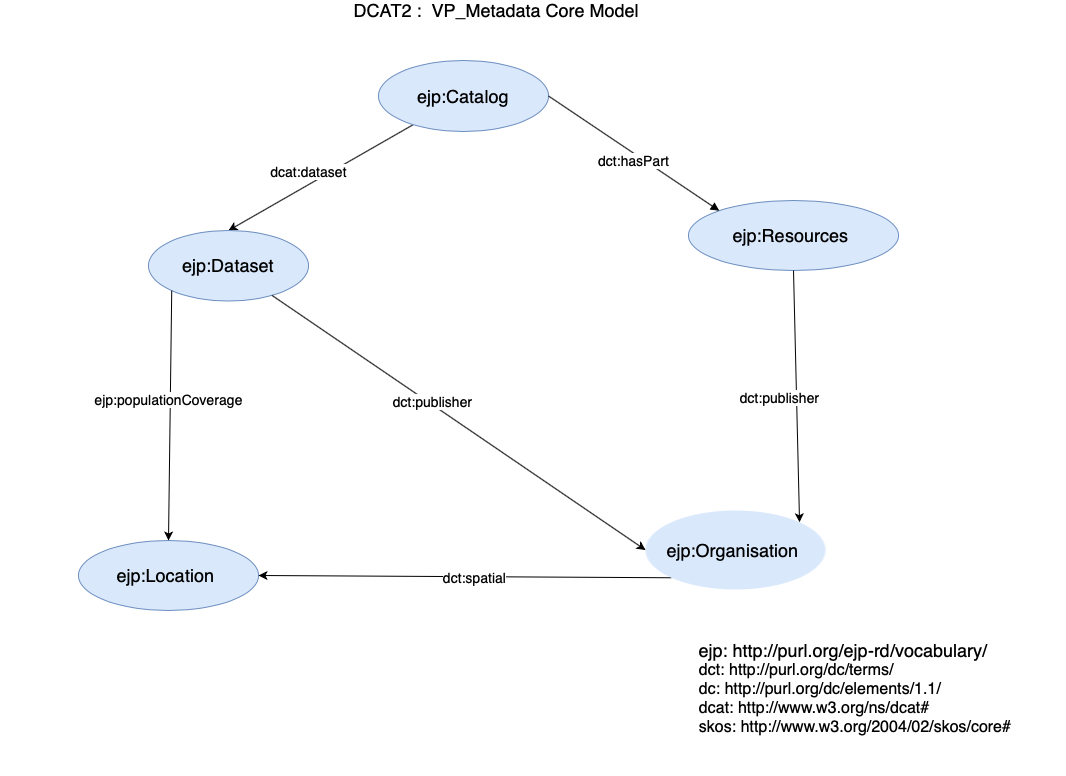
This is ejprd-vp_catalog_model/versions/ejprdVPMetadataSchema-1.0.0/diagrams/VP_Model.png from ejp-rd-vp/resource-metadata-schema, a draw.io export, as it was before one commit. Source tidied: cells renumbered, new cells last; positions are measured from the earlier drawing's top-left corner, leaving out a move shared by most shapes.
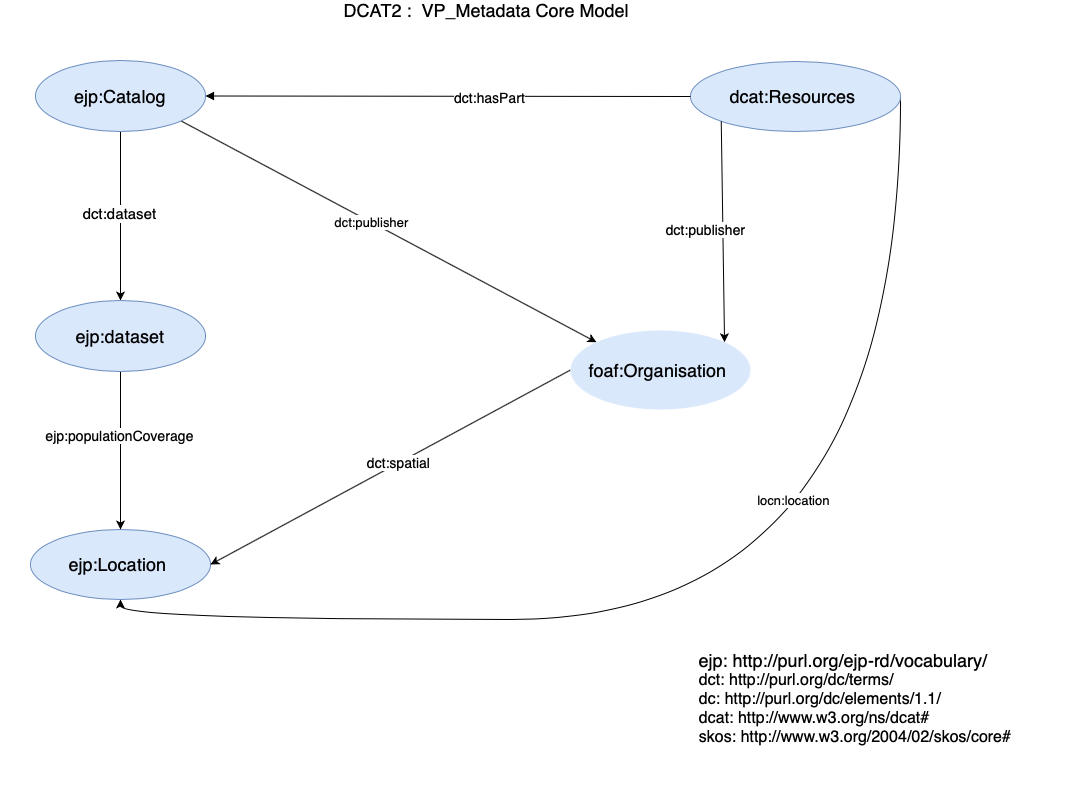
The same file after the commit.

Change to the diagram source:
```diff
@@ -3,21 +3,41 @@
     <mxCell id="0" />
     <mxCell id="1" parent="0" />
     <mxCell id="2" value="&lt;font style=&quot;font-size: 18px&quot;&gt;DCAT2 : &amp;nbsp;VP_Metadata Core Model &lt;/font&gt;&amp;nbsp;" style="text;html=1;align=center;verticalAlign=middle;" parent="1" vertex="1">
-      <mxGeometry x="345" width="310" height="20" as="geometry" />
+      <mxGeometry x="345" y="-20" width="310" height="20" as="geometry" />
     </mxCell>
     <mxCell id="3" style="group;" parent="1" vertex="1">
-      <mxGeometry y="50" width="1065" height="725" as="geometry" />
+      <mxGeometry x="10" y="40" width="1065" height="725" as="geometry" />
     </mxCell>
+    <mxCell id="24" style="edgeStyle=orthogonalEdgeStyle;rounded=0;jettySize=auto;html=1;entryX=0.5;entryY=1;entryDx=0;entryDy=0;fontSize=13;curved=1;exitX=1;exitY=0.5;exitDx=0;exitDy=0;" parent="3" edge="1" source="4" target="12">
+      <mxGeometry relative="1" as="geometry">
+        <Array as="points">
+          <mxPoint x="900" y="559" />
+          <mxPoint x="120" y="559" />
+        </Array>
+      </mxGeometry>
+    </mxCell>
+    <mxCell id="25" value="locn:location" style="edgeLabel;html=1;align=center;verticalAlign=middle;fontSize=13;" parent="24" vertex="1">
+      <mxGeometry x="-0.39" y="-108" relative="1" as="geometry" />
+    </mxCell>
-    <mxCell id="4" value="&lt;span style=&quot;font-size: 18px&quot;&gt;ejp:Resources&amp;nbsp;&lt;/span&gt;" style="ellipse;whiteSpace=wrap;html=1;fillColor=#dae8fc;strokeColor=#6c8ebf;rounded=1;" parent="3" vertex="1">
-      <mxGeometry x="688" y="150" width="210" height="70" as="geometry" />
+    <mxCell id="4" value="&lt;span style=&quot;font-size: 18px&quot;&gt;dcat:Resources&amp;nbsp;&lt;/span&gt;" style="ellipse;whiteSpace=wrap;html=1;fillColor=#dae8fc;strokeColor=#6c8ebf;rounded=1;" parent="3" vertex="1">
+      <mxGeometry x="690" y="1" width="210" height="70" as="geometry" />
     </mxCell>
-    <mxCell id="5" style="rounded=0;jettySize=auto;html=1;entryX=0.5;entryY=0;entryDx=0;entryDy=0;" parent="3" edge="1" source="6" target="11">
-      <mxGeometry relative="1" as="geometry" />
-    </mxCell>
+    <mxCell id="26" style="edgeStyle=orthogonalEdgeStyle;rounded=0;jettySize=auto;html=1;exitX=0.5;exitY=1;exitDx=0;exitDy=0;entryX=0.5;entryY=0;entryDx=0;entryDy=0;fontSize=15;" parent="3" edge="1" source="6" target="29">
+      <mxGeometry relative="1" as="geometry" />
+    </mxCell>
+    <mxCell id="27" value="dct:dataset" style="edgeLabel;html=1;align=center;verticalAlign=middle;fontSize=15;" parent="26" vertex="1">
+      <mxGeometry x="-0.04" y="-2" relative="1" as="geometry" />
+    </mxCell>
+    <mxCell id="28" style="rounded=0;jettySize=auto;html=1;exitX=1;exitY=1;exitDx=0;exitDy=0;entryX=0;entryY=0;entryDx=0;entryDy=0;" parent="3" edge="1" source="6" target="17">
+      <mxGeometry relative="1" as="geometry" />
+    </mxCell>
+    <mxCell id="22" value="dct:publisher" style="edgeLabel;html=1;align=center;verticalAlign=middle;fontSize=13;" parent="28" vertex="1">
+      <mxGeometry x="-0.09" relative="1" as="geometry" />
+    </mxCell>
     <mxCell id="6" value="&lt;span style=&quot;font-size: 18px&quot;&gt;ejp:Catalog&lt;/span&gt;" style="ellipse;whiteSpace=wrap;html=1;fillColor=#dae8fc;strokeColor=#6c8ebf;rounded=1;" parent="3" vertex="1">
-      <mxGeometry x="378" y="10" width="170" height="71" as="geometry" />
+      <mxGeometry x="35" width="170" height="71" as="geometry" />
     </mxCell>
-    <mxCell id="7" style="rounded=1;jettySize=auto;html=1;entryX=1;entryY=0.5;entryDx=0;entryDy=0;exitX=0;exitY=0;exitDx=0;exitDy=0;startArrow=block;startFill=1;endArrow=none;endFill=0;" parent="3" edge="1" source="4" target="6">
+    <mxCell id="7" style="rounded=1;jettySize=auto;html=1;entryX=1;entryY=0.5;entryDx=0;entryDy=0;exitX=0;exitY=0.5;exitDx=0;exitDy=0;startArrow=none;startFill=0;endArrow=block;endFill=1;" parent="3" edge="1" source="4" target="6">
       <mxGeometry relative="1" as="geometry" />
     </mxCell>
     <mxCell id="8" value="&lt;font style=&quot;font-size: 14px&quot;&gt;dct:hasPart&lt;/font&gt;" style="edgeLabel;html=1;align=center;verticalAlign=middle;" parent="7" vertex="1">
@@ -25,21 +45,10 @@
         <mxPoint x="-0.2" y="-27" as="offset" />
       </mxGeometry>
     </mxCell>
-    <mxCell id="9" style="edgeStyle=none;rounded=1;jettySize=auto;html=1;entryX=0.5;entryY=1;entryDx=0;entryDy=0;strokeColor=none;" parent="3" edge="1" source="11" target="6">
-      <mxGeometry relative="1" as="geometry" />
-    </mxCell>
-    <mxCell id="10" value="&lt;font style=&quot;font-size: 14px&quot;&gt;dcat:dataset&lt;/font&gt;" style="edgeLabel;html=1;align=center;verticalAlign=middle;" parent="9" vertex="1">
-      <mxGeometry x="0.32" y="1" relative="1" as="geometry">
-        <mxPoint x="-90.8" y="3.5" as="offset" />
-      </mxGeometry>
-    </mxCell>
-    <mxCell id="11" value="&lt;font style=&quot;font-size: 18px&quot;&gt;ejp:Dataset&lt;/font&gt;" style="ellipse;whiteSpace=wrap;html=1;fillColor=#dae8fc;strokeColor=#6c8ebf;rounded=1;" parent="3" vertex="1">
-      <mxGeometry x="148" y="180" width="160" height="70.5" as="geometry" />
-    </mxCell>
     <mxCell id="12" value="&lt;font style=&quot;font-size: 18px&quot;&gt;ejp:Location&amp;nbsp;&lt;/font&gt;" style="ellipse;whiteSpace=wrap;html=1;fillColor=#dae8fc;strokeColor=#6c8ebf;rounded=1;" parent="3" vertex="1">
-      <mxGeometry x="78" y="490" width="180" height="70" as="geometry" />
+      <mxGeometry x="30" y="469" width="180" height="70" as="geometry" />
     </mxCell>
-    <mxCell id="13" style="edgeStyle=none;rounded=1;jettySize=auto;html=1;entryX=0.5;entryY=0;entryDx=0;entryDy=0;exitX=0;exitY=1;exitDx=0;exitDy=0;" parent="3" edge="1" source="11" target="12">
+    <mxCell id="13" style="edgeStyle=none;rounded=1;jettySize=auto;html=1;entryX=0.5;entryY=0;entryDx=0;entryDy=0;exitX=0.5;exitY=1;exitDx=0;exitDy=0;" parent="3" edge="1" source="29" target="12">
       <mxGeometry relative="1" as="geometry" />
     </mxCell>
     <mxCell id="14" value="&lt;font style=&quot;font-size: 14px&quot;&gt;ejp:populationCoverage&lt;/font&gt;" style="edgeLabel;html=1;align=center;verticalAlign=middle;" parent="13" vertex="1">
@@ -47,7 +56,7 @@
         <mxPoint x="1" y="-12.5" as="offset" />
       </mxGeometry>
     </mxCell>
-    <mxCell id="15" style="rounded=0;jettySize=auto;html=1;exitX=0;exitY=1;exitDx=0;exitDy=0;entryX=1;entryY=0.5;entryDx=0;entryDy=0;" parent="3" edge="1" source="17" target="12">
+    <mxCell id="15" style="rounded=0;jettySize=auto;html=1;exitX=0;exitY=0.5;exitDx=0;exitDy=0;entryX=1;entryY=0.5;entryDx=0;entryDy=0;" parent="3" edge="1" source="17" target="12">
       <mxGeometry relative="1" as="geometry" />
     </mxCell>
     <mxCell id="16" value="&lt;font style=&quot;font-size: 14px&quot;&gt;dct:spatial&lt;/font&gt;" style="edgeLabel;html=1;align=center;verticalAlign=middle;rounded=1;" parent="15" vertex="1">
@@ -55,16 +64,10 @@
         <mxPoint x="-2.9" y="0.6" as="offset" />
       </mxGeometry>
     </mxCell>
-    <mxCell id="17" value="&lt;font style=&quot;font-size: 18px&quot;&gt;ejp:Organisation&amp;nbsp;&lt;/font&gt;" style="ellipse;whiteSpace=wrap;html=1;fillColor=#dae8fc;strokeColor=none;rounded=1;" parent="3" vertex="1">
-      <mxGeometry x="645" y="460" width="180" height="79" as="geometry" />
+    <mxCell id="17" value="&lt;font style=&quot;font-size: 18px&quot;&gt;foaf:Organisation&amp;nbsp;&lt;/font&gt;" style="ellipse;whiteSpace=wrap;html=1;fillColor=#dae8fc;strokeColor=none;rounded=1;" parent="3" vertex="1">
+      <mxGeometry x="570" y="270" width="180" height="79" as="geometry" />
     </mxCell>
-    <mxCell id="18" style="rounded=0;jettySize=auto;html=1;entryX=0;entryY=0.5;entryDx=0;entryDy=0;" parent="3" edge="1" source="11" target="17">
-      <mxGeometry relative="1" as="geometry" />
-    </mxCell>
-    <mxCell id="19" value="&lt;span style=&quot;color: rgba(0 , 0 , 0 , 0) ; font-family: monospace ; font-size: 0px ; background-color: rgb(248 , 249 , 250)&quot;&gt;%3CmxGraphModel%3E%3Croot%3E%3CmxCell%20id%3D%220%22%2F%3E%3CmxCell%20id%3D%221%22%20parent%3D%220%22%2F%3E%3CmxCell%20id%3D%222%22%20value%3D%22%26lt%3Bfont%20style%3D%26quot%3Bfont-size%3A%2014px%26quot%3B%26gt%3Bdct%3Apublisher%26lt%3B%2Ffont%26gt%3B%22%20style%3D%22edgeLabel%3Bhtml%3D1%3Balign%3Dcenter%3BverticalAlign%3Dmiddle%3Bresizable%3D0%3Bpoints%3D%5B%5D%3Brotation%3D0%3B%22%20vertex%3D%221%22%20connectable%3D%220%22%20parent%3D%221%22%3E%3CmxGeometry%20x%3D%22808.9799985776067%22%20y%3D%221372%22%20as%3D%22geometry%22%2F%3E%3C%2FmxCell%3E%3C%2Froot%3E%3C%2FmxGraphModel%3E&lt;/span&gt;" style="edgeLabel;html=1;align=center;verticalAlign=middle;" parent="18" vertex="1">
-      <mxGeometry x="-0.14" y="32" relative="1" as="geometry" />
-    </mxCell>
-    <mxCell id="20" style="rounded=0;jettySize=auto;html=1;entryX=1;entryY=0;entryDx=0;entryDy=0;exitX=0.5;exitY=1;exitDx=0;exitDy=0;" parent="3" edge="1" source="4" target="17">
+    <mxCell id="20" style="rounded=0;jettySize=auto;html=1;entryX=1;entryY=0;entryDx=0;entryDy=0;exitX=0;exitY=1;exitDx=0;exitDy=0;" parent="3" edge="1" source="4" target="17">
       <mxGeometry relative="1" as="geometry" />
     </mxCell>
     <mxCell id="21" value="&lt;font style=&quot;font-size: 14px&quot;&gt;dct:publisher&lt;/font&gt;" style="edgeLabel;html=1;align=center;verticalAlign=middle;" parent="20" vertex="1">
@@ -72,13 +75,11 @@
         <mxPoint y="-21" as="offset" />
       </mxGeometry>
     </mxCell>
-    <mxCell id="22" value="&lt;font style=&quot;font-size: 14px&quot;&gt;dct:publisher&lt;/font&gt;" style="edgeLabel;html=1;align=center;verticalAlign=middle;rotation=0;" parent="3" vertex="1">
-      <mxGeometry x="763" y="471" as="geometry">
-        <mxPoint x="-331" y="-121" as="offset" />
-      </mxGeometry>
-    </mxCell>
     <mxCell id="23" value="&lt;div style=&quot;text-align: left&quot;&gt;&lt;font style=&quot;font-size: 18px&quot;&gt;ejp: &lt;a href=&quot;http://purl.org/ejp-rd/vocabulary/&quot;&gt;http://purl.org/ejp-rd/vocabulary/&lt;/a&gt;&lt;/font&gt;&lt;/div&gt;&lt;div style=&quot;text-align: left&quot;&gt;&lt;font size=&quot;3&quot;&gt;dct: &lt;a href=&quot;http://purl.org/dc/terms/&quot;&gt;http://purl.org/dc/terms/&lt;/a&gt;&lt;/font&gt;&lt;/div&gt;&lt;div style=&quot;text-align: left&quot;&gt;&lt;font size=&quot;3&quot;&gt;dc: &lt;a href=&quot;http://purl.org/dc/elements/1.1/&quot;&gt;http://purl.org/dc/elements/1.1/&lt;/a&gt;&lt;/font&gt;&lt;/div&gt;&lt;div style=&quot;text-align: left&quot;&gt;&lt;font size=&quot;3&quot;&gt;dcat: &lt;a href=&quot;http://www.w3.org/ns/dcat&quot;&gt;http://www.w3.org/ns/dcat#&lt;/a&gt;&lt;/font&gt;&lt;/div&gt;&lt;div style=&quot;text-align: left&quot;&gt;&lt;font size=&quot;3&quot;&gt;skos: &lt;a href=&quot;http://www.w3.org/2004/02/skos/core&quot;&gt;http://www.w3.org/2004/02/skos/core#&lt;/a&gt;&lt;/font&gt;&lt;/div&gt;" style="text;html=1;strokeColor=none;fillColor=none;align=center;verticalAlign=middle;whiteSpace=wrap;rounded=0;" parent="3" vertex="1">
       <mxGeometry x="645" y="550" width="420" height="175" as="geometry" />
     </mxCell>
+    <mxCell id="29" value="&lt;span style=&quot;font-size: 18px&quot;&gt;ejp:dataset&lt;/span&gt;" style="ellipse;whiteSpace=wrap;html=1;fillColor=#dae8fc;strokeColor=#6c8ebf;rounded=1;" parent="3" vertex="1">
+      <mxGeometry x="35" y="240" width="170" height="71" as="geometry" />
+    </mxCell>
   </root>
 </mxGraphModel>
```
